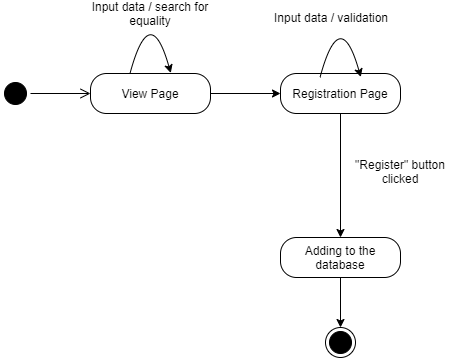
Before: Diagrams/StateDiagrams/AddingPersonStateDiagram.png, a diagram exported from draw.io (EfimSirotkin/SchoolStaffManager). Source tidied: cells renumbered, new cells last; positions are measured from the earlier drawing's top-left corner, leaving out a move shared by most shapes.
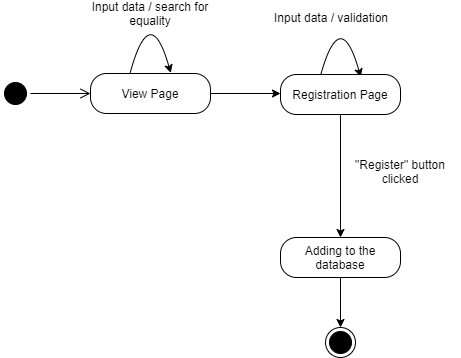
After the change.

What changed in the source:
```diff
@@ -26,35 +26,39 @@
     <mxCell id="7" style="edgeStyle=orthogonalEdgeStyle;html=1;verticalAlign=bottom;endArrow=open;endSize=8;strokeColor=#000000;fillColor=#000000;exitX=1;exitY=0.5;exitDx=0;exitDy=0;entryX=0;entryY=0.5;entryDx=0;entryDy=0;" parent="1" edge="1" source="2" target="4">
       <mxGeometry relative="1" as="geometry" />
     </mxCell>
-    <mxCell id="8" style="endArrow=classic;html=1;strokeColor=#000000;fillColor=#000000;exitX=1;exitY=0.5;exitDx=0;exitDy=0;entryX=0;entryY=0.5;entryDx=0;entryDy=0;" parent="1" edge="1" source="4" target="10">
-      <mxGeometry relative="1" as="geometry" />
+    <mxCell id="8" style="endArrow=classic;html=1;strokeColor=#000000;fillColor=#000000;exitX=1;exitY=0.5;exitDx=0;exitDy=0;entryX=0;entryY=0.5;entryDx=0;entryDy=0;" parent="1" edge="1" source="4">
+      <mxGeometry relative="1" as="geometry">
+        <mxPoint x="280" y="94" as="targetPoint" />
+      </mxGeometry>
     </mxCell>
-    <mxCell id="9" style="edgeStyle=orthogonalEdgeStyle;curved=1;jettySize=auto;html=1;exitX=0.5;exitY=1;exitDx=0;exitDy=0;entryX=0.5;entryY=0;entryDx=0;entryDy=0;strokeColor=#000000;fillColor=#000000;" parent="1" edge="1" source="10" target="14">
-      <mxGeometry relative="1" as="geometry" />
+    <mxCell id="9" style="edgeStyle=orthogonalEdgeStyle;curved=1;jettySize=auto;html=1;exitX=0.5;exitY=1;exitDx=0;exitDy=0;entryX=0.5;entryY=0;entryDx=0;entryDy=0;strokeColor=#000000;fillColor=#000000;" parent="1" edge="1" target="13">
+      <mxGeometry relative="1" as="geometry">
+        <mxPoint x="340" y="114" as="sourcePoint" />
+      </mxGeometry>
     </mxCell>
-    <mxCell id="10" value="Registration Page" style="rounded=1;whiteSpace=wrap;html=1;arcSize=40;fontColor=#000000;fillColor=none;strokeColor=#000000;shadow=0;" parent="1" vertex="1">
-      <mxGeometry x="280" y="74" width="120" height="40" as="geometry" />
+    <mxCell id="10" value="Input data / validation" style="text;html=1;strokeColor=none;fillColor=none;align=center;verticalAlign=middle;whiteSpace=wrap;rounded=0;shadow=0;" parent="1" vertex="1">
+      <mxGeometry x="270" y="8" width="120" height="20" as="geometry" />
     </mxCell>
-    <mxCell id="11" value="Input data / validation" style="text;html=1;strokeColor=none;fillColor=none;align=center;verticalAlign=middle;whiteSpace=wrap;rounded=0;shadow=0;" parent="1" vertex="1">
-      <mxGeometry x="270" y="8" width="120" height="20" as="geometry" />
+    <mxCell id="11" style="endArrow=classic;html=1;strokeColor=#000000;fillColor=#000000;curved=1;entryX=0.673;entryY=-0.036;entryDx=0;entryDy=0;entryPerimeter=0;" parent="1" edge="1">
+      <mxGeometry relative="1" as="geometry">
+        <mxPoint x="319.5" y="78" as="sourcePoint" />
+        <mxPoint x="360.3" y="77.6" as="targetPoint" />
+        <Array as="points">
+          <mxPoint x="339.5" y="4" />
+        </Array>
+      </mxGeometry>
     </mxCell>
-    <mxCell id="12" style="endArrow=classic;html=1;strokeColor=#000000;fillColor=#000000;curved=1;entryX=0.673;entryY=-0.036;entryDx=0;entryDy=0;entryPerimeter=0;" parent="1" edge="1">
-      <mxGeometry relative="1" as="geometry">
-        <mxPoint x="319.5" y="78" as="sourcePoint" />
-        <mxPoint x="360.3" y="77.6" as="targetPoint" />
-        <Array as="points">
-          <mxPoint x="339.5" y="4" />
-        </Array>
-      </mxGeometry>
+    <mxCell id="12" style="edgeStyle=orthogonalEdgeStyle;curved=1;jettySize=auto;html=1;exitX=0.5;exitY=1;exitDx=0;exitDy=0;entryX=0.5;entryY=0;entryDx=0;entryDy=0;strokeColor=#000000;fillColor=#000000;" parent="1" edge="1" source="13" target="3">
+      <mxGeometry relative="1" as="geometry" />
     </mxCell>
-    <mxCell id="13" style="edgeStyle=orthogonalEdgeStyle;curved=1;jettySize=auto;html=1;exitX=0.5;exitY=1;exitDx=0;exitDy=0;entryX=0.5;entryY=0;entryDx=0;entryDy=0;strokeColor=#000000;fillColor=#000000;" parent="1" edge="1" source="14" target="3">
-      <mxGeometry relative="1" as="geometry" />
+    <mxCell id="13" value="Adding to the database" style="rounded=1;whiteSpace=wrap;html=1;arcSize=40;fontColor=#000000;fillColor=#FFFFFF;strokeColor=#000000;shadow=0;" parent="1" vertex="1">
+      <mxGeometry x="280" y="238" width="120" height="40" as="geometry" />
     </mxCell>
-    <mxCell id="14" value="Adding to the database" style="rounded=1;whiteSpace=wrap;html=1;arcSize=40;fontColor=#000000;fillColor=#FFFFFF;strokeColor=#000000;shadow=0;" parent="1" vertex="1">
-      <mxGeometry x="280" y="238" width="120" height="40" as="geometry" />
+    <mxCell id="14" value="&quot;Register&quot; button clicked" style="text;html=1;strokeColor=none;fillColor=none;align=center;verticalAlign=middle;whiteSpace=wrap;rounded=0;shadow=0;" parent="1" vertex="1">
+      <mxGeometry x="340" y="161.5" width="120" height="20" as="geometry" />
     </mxCell>
-    <mxCell id="15" value="&quot;Register&quot; button clicked" style="text;html=1;strokeColor=none;fillColor=none;align=center;verticalAlign=middle;whiteSpace=wrap;rounded=0;shadow=0;" parent="1" vertex="1">
-      <mxGeometry x="340" y="161.5" width="120" height="20" as="geometry" />
+    <mxCell id="15" value="Registration Page" style="rounded=1;whiteSpace=wrap;html=1;arcSize=40;fontColor=#000000;fillColor=#FFFFFF;strokeColor=#000000;shadow=0;" parent="1" vertex="1">
+      <mxGeometry x="280" y="75" width="120" height="40" as="geometry" />
     </mxCell>
   </root>
 </mxGraphModel>
```
